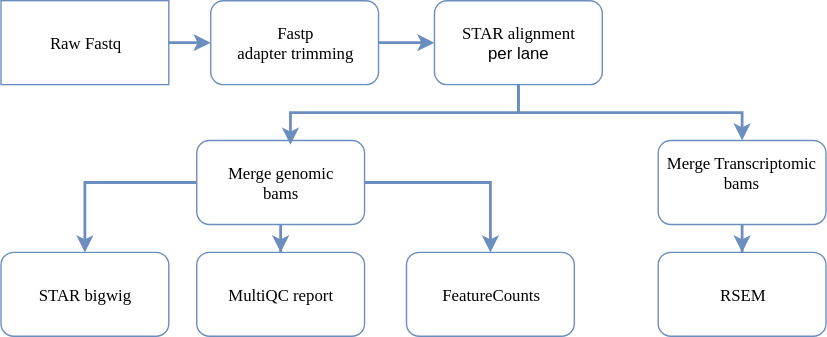
imperial-genomics-facility/igf-pipeline-help keeps this draw.io diagram as images/transcriptome.svg. Above is the earlier version. Source tidied: cells renumbered, new cells last; positions are measured from the earlier drawing's top-left corner, leaving out a move shared by most shapes.
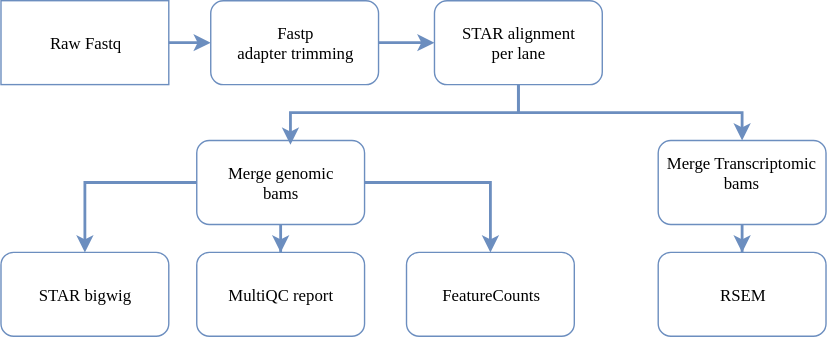
The same diagram one commit later.

Diff of the diagram source:
```diff
@@ -20,7 +20,7 @@
     <mxCell id="7" style="edgeStyle=orthogonalEdgeStyle;rounded=0;html=1;exitX=0.5;exitY=1;jettySize=auto;strokeWidth=2;fillColor=#dae8fc;strokeColor=#6c8ebf;" parent="1" edge="1" source="8" target="14">
       <mxGeometry relative="1" as="geometry" />
     </mxCell>
-    <mxCell id="8" value="&lt;font face=&quot;Lucida Console&quot;&gt;STAR alignment&lt;/font&gt;&lt;br&gt;per lane" style="rounded=1;whiteSpace=wrap;html=1;fillColor=none;strokeColor=#6c8ebf;" parent="1" vertex="1">
+    <mxCell id="8" value="&lt;font face=&quot;Lucida Console&quot;&gt;STAR alignment&lt;br&gt;per lane&lt;/font&gt;" style="rounded=1;whiteSpace=wrap;html=1;fillColor=none;strokeColor=#6c8ebf;" parent="1" vertex="1">
       <mxGeometry x="310" width="120" height="60" as="geometry" />
     </mxCell>
     <mxCell id="9" style="edgeStyle=orthogonalEdgeStyle;rounded=0;html=1;jettySize=auto;strokeWidth=2;fillColor=#dae8fc;strokeColor=#6c8ebf;" parent="1" edge="1" source="12" target="15">
```
